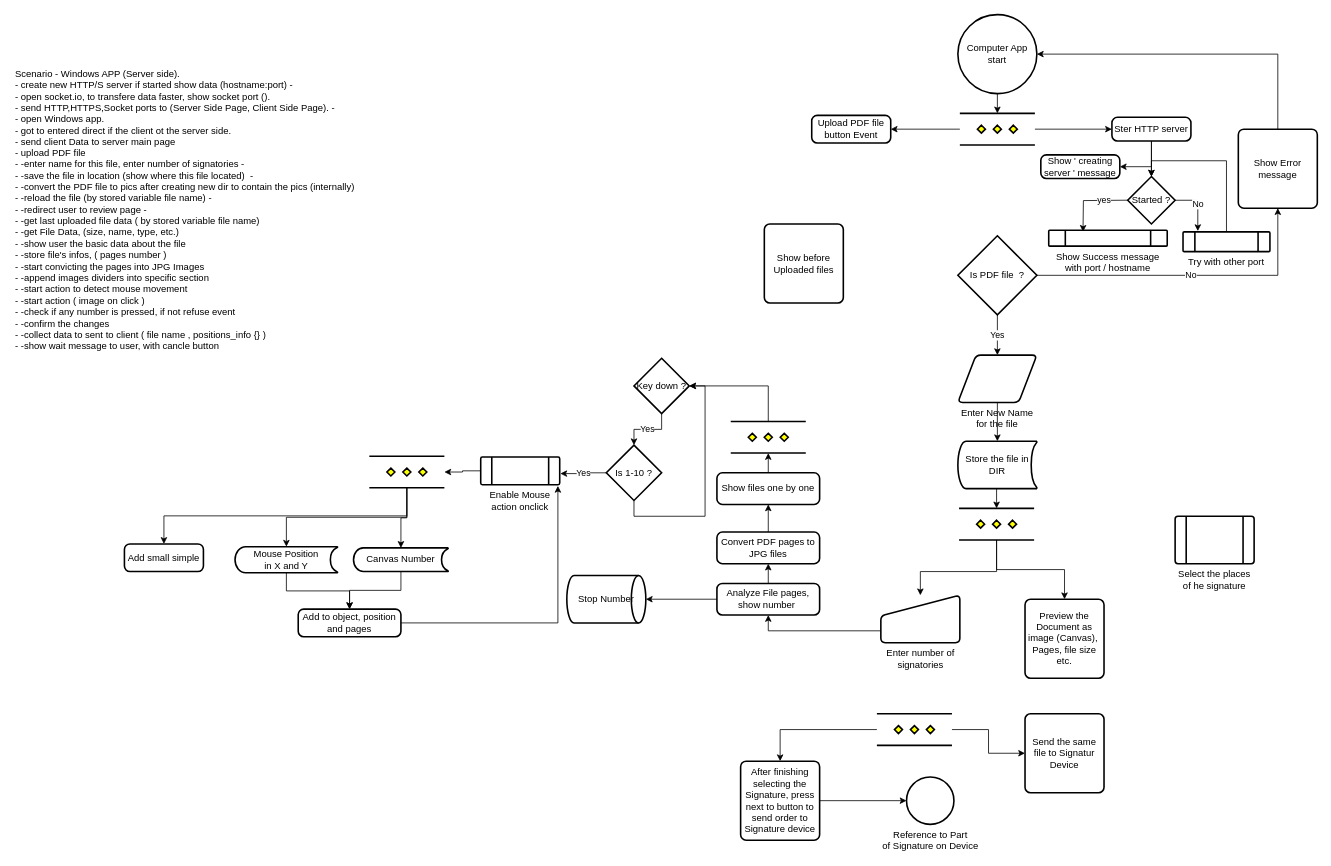
The draw.io diagram page "main structure" (1 of 4) of UML Design/main.drawio in ahmadtechnik/signatureSystem, before the edit. Source tidied: cells renumbered, new cells numbered last; positions are measured from the earlier drawing's top-left corner, leaving out a move shared by most shapes. Both pictures are drawn from the tidied source at 79%, with x=0, y=0 at pixel (13, 14).
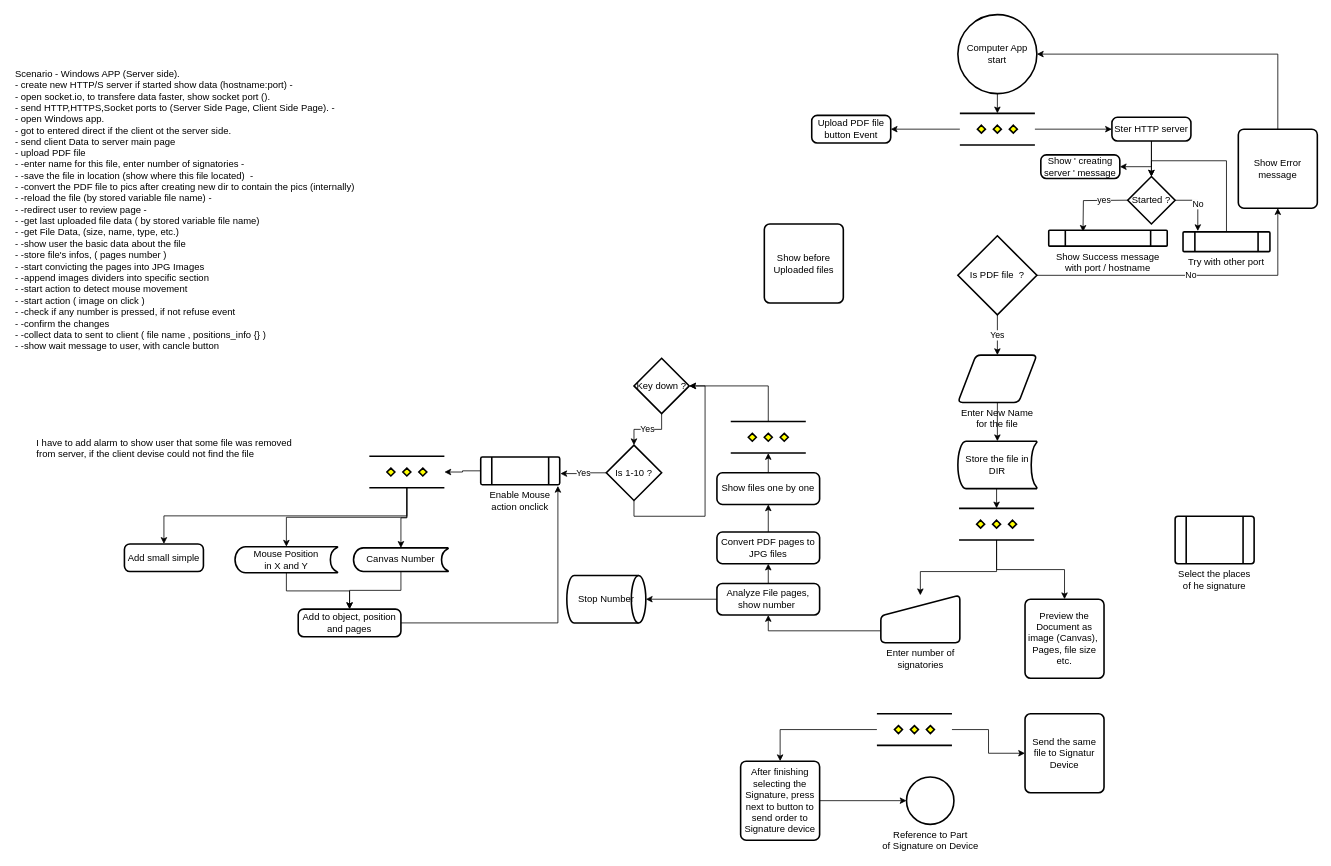
The same page after the edit.

The edit, as a diff of the source:
```diff
@@
+    <mxCell id="71" value="I have to add alarm to show user that some file was removed&lt;br&gt;from server, if the client devise could not find the file&lt;br&gt;" style="text;html=1;align=left;verticalAlign=top;spacingTop=-4;" parent="1" vertex="1">
+      <mxGeometry x="27" y="533" width="340" height="30" as="geometry" />
+    </mxCell>
```
